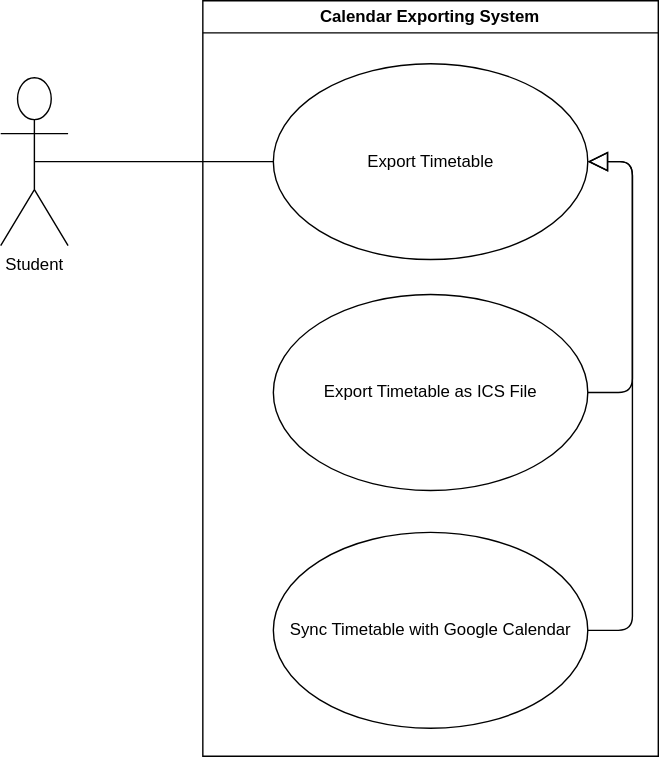
The draw.io diagram docs/diagrams/requirements/Calendar_Exporting.svg in COS301-SE-2026/UMTAS, before a commit. Source tidied: cells renumbered, new cells last; positions are measured from the earlier drawing's top-left corner, leaving out a move shared by most shapes.
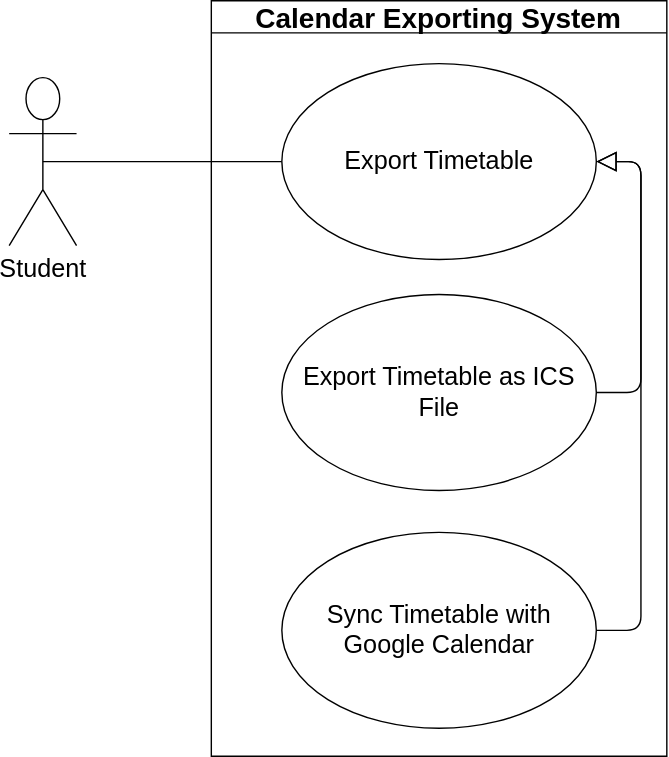
After the commit.

Change to the diagram source:
```diff
@@ -5,22 +5,22 @@
     <mxCell id="2" style="group;" parent="1" vertex="1">
       <mxGeometry width="470" height="540" as="geometry" />
     </mxCell>
-    <mxCell id="3" value="Student&lt;div&gt;&lt;br&gt;&lt;/div&gt;" style="shape=umlActor;verticalLabelPosition=bottom;verticalAlign=top;html=1;outlineConnect=0;" parent="2" vertex="1">
+    <mxCell id="3" value="&lt;font style=&quot;font-size: 18px;&quot;&gt;Student&lt;/font&gt;&lt;div&gt;&lt;br&gt;&lt;/div&gt;" style="shape=umlActor;verticalLabelPosition=bottom;verticalAlign=top;html=1;outlineConnect=0;" parent="2" vertex="1">
       <mxGeometry y="55" width="48.2" height="120" as="geometry" />
     </mxCell>
-    <mxCell id="4" value="Calendar Exporting System" style="swimlane;whiteSpace=wrap;html=1;" parent="2" vertex="1">
+    <mxCell id="4" value="&lt;font style=&quot;font-size: 20px;&quot;&gt;Calendar Exporting System&lt;/font&gt;" style="swimlane;whiteSpace=wrap;html=1;" parent="2" vertex="1">
       <mxGeometry x="144.5" width="325.5" height="540" as="geometry" />
     </mxCell>
     <mxCell id="5" style="endArrow=none;html=1;exitX=0.5;exitY=0.5;exitDx=0;exitDy=0;exitPerimeter=0;entryX=0;entryY=0.5;entryDx=0;entryDy=0;" parent="2" edge="1" source="3" target="6">
       <mxGeometry relative="1" as="geometry" />
     </mxCell>
-    <mxCell id="6" value="Export Timetable" style="ellipse;whiteSpace=wrap;html=1;" parent="2" vertex="1">
+    <mxCell id="6" value="&lt;font style=&quot;font-size: 18px;&quot;&gt;Export Timetable&lt;/font&gt;" style="ellipse;whiteSpace=wrap;html=1;" parent="2" vertex="1">
       <mxGeometry x="194.9" y="45" width="224.7" height="140" as="geometry" />
     </mxCell>
-    <mxCell id="7" value="Sync Timetable with Google Calendar" style="ellipse;whiteSpace=wrap;html=1;" parent="2" vertex="1">
+    <mxCell id="7" value="&lt;font style=&quot;font-size: 18px;&quot;&gt;Sync Timetable with Google Calendar&lt;/font&gt;" style="ellipse;whiteSpace=wrap;html=1;" parent="2" vertex="1">
       <mxGeometry x="194.9" y="380" width="224.7" height="140" as="geometry" />
     </mxCell>
-    <mxCell id="8" value="Export Timetable as ICS File" style="ellipse;whiteSpace=wrap;html=1;" parent="2" vertex="1">
+    <mxCell id="8" value="&lt;font style=&quot;font-size: 18px;&quot;&gt;Export Timetable as ICS File&lt;/font&gt;" style="ellipse;whiteSpace=wrap;html=1;" parent="2" vertex="1">
       <mxGeometry x="194.9" y="210" width="224.7" height="140" as="geometry" />
     </mxCell>
     <mxCell id="9" style="edgeStyle=orthogonalEdgeStyle;html=1;endSize=12;endArrow=block;endFill=0;exitX=1;exitY=0.5;exitDx=0;exitDy=0;entryX=1;entryY=0.5;entryDx=0;entryDy=0;" parent="2" edge="1" source="8" target="6">
```
